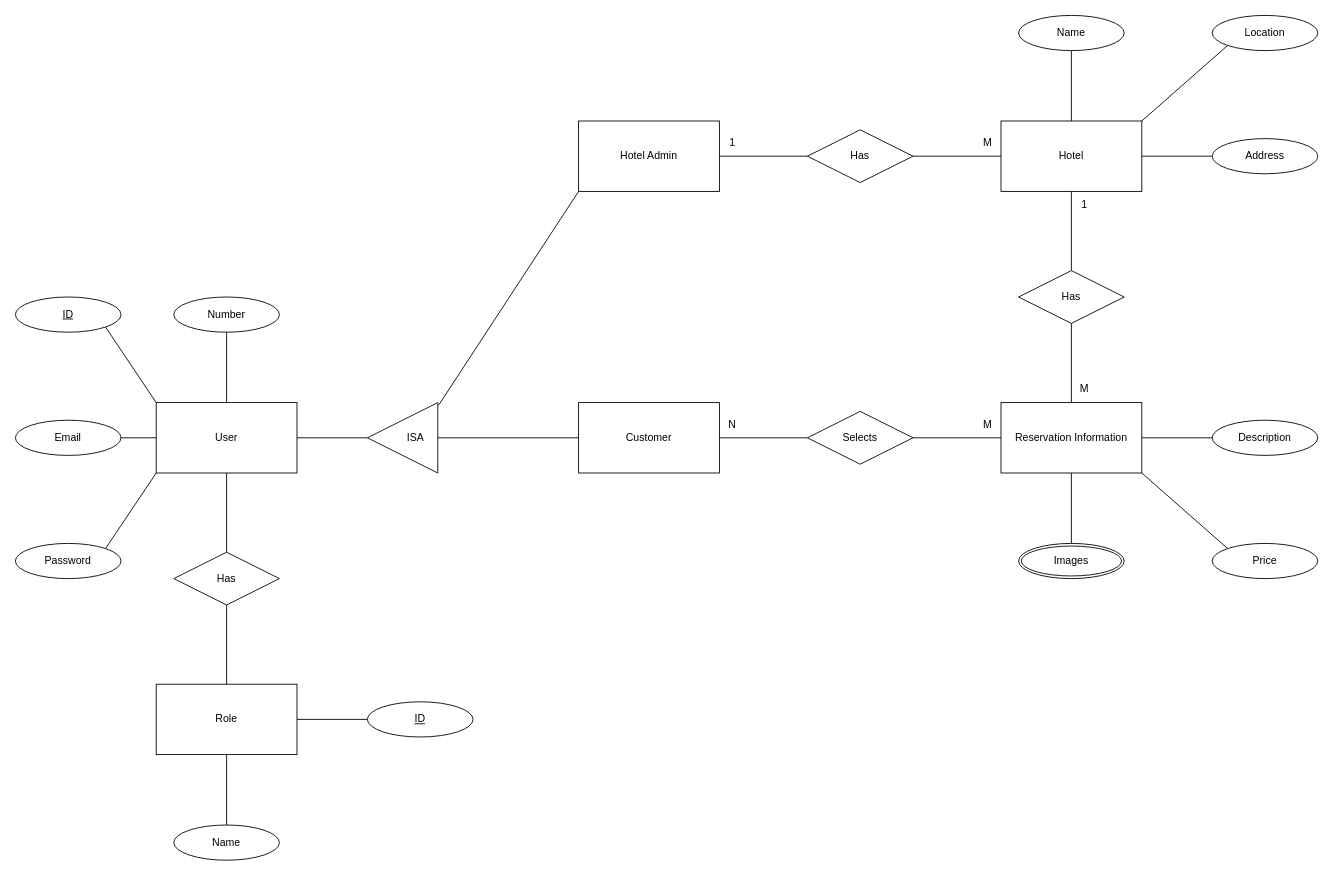
Before: docs/ER.drawio in LassazVegaz/Hotel-Reservation-System, a draw.io diagram. Source tidied: cells renumbered, new cells numbered last; positions are measured from the earlier drawing's top-left corner, leaving out a move shared by most shapes. Both pictures are drawn from the tidied source at 88%, with x=0, y=0 at pixel (15, 15).
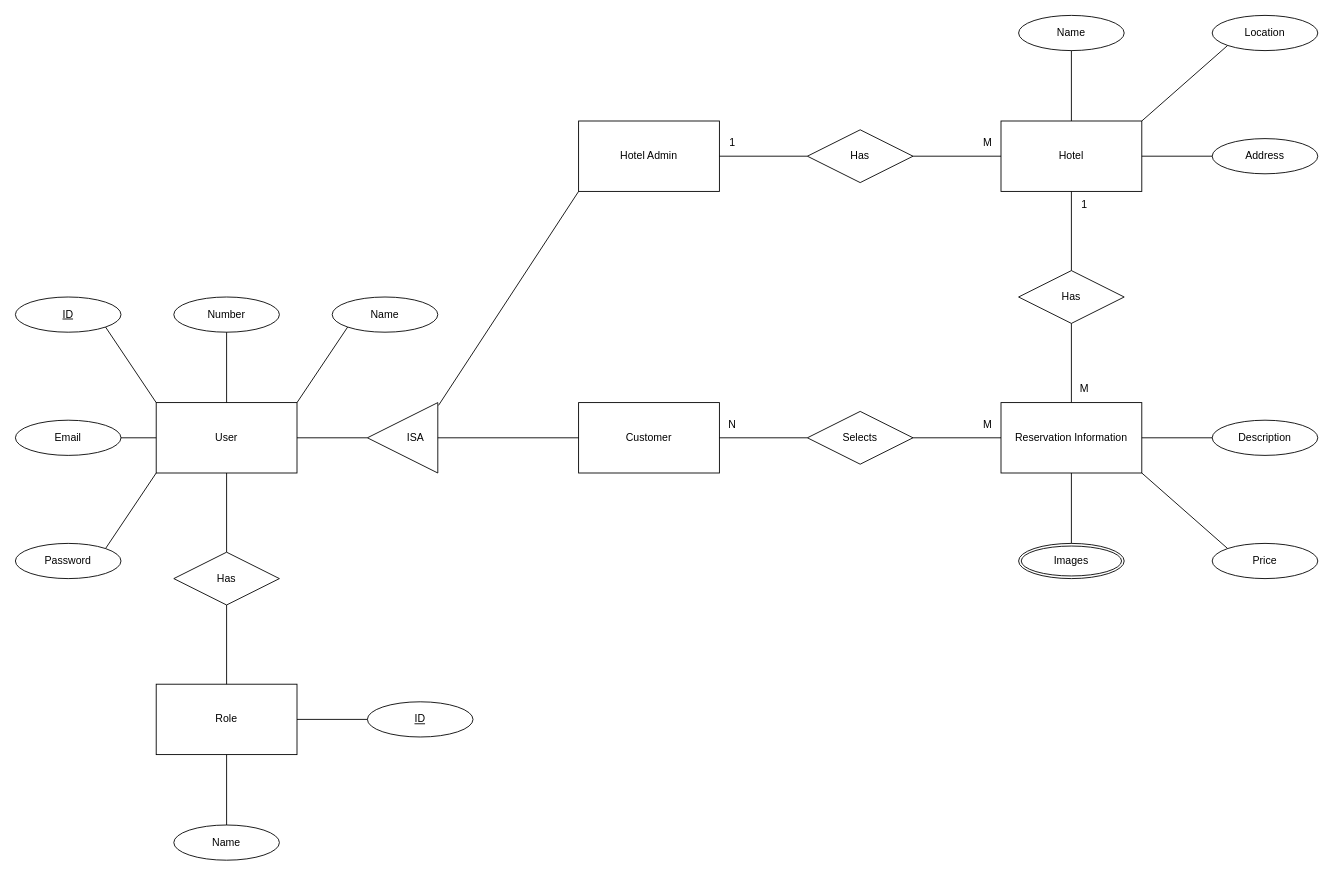
The same diagram, later.

The change refers to these unchanged cells:
```xml
<mxCell id="26" value="User" style="whiteSpace=wrap;html=1;align=center;" parent="1" vertex="1">
  <mxGeometry x="160" y="440" width="160" height="80" as="geometry" />
</mxCell>
```

What changed in the source:
```diff
@@
+    <mxCell id="55" value="Name" style="ellipse;whiteSpace=wrap;html=1;align=center;" parent="1" vertex="1">
+      <mxGeometry x="360" y="320" width="120" height="40" as="geometry" />
+    </mxCell>
+    <mxCell id="56" style="endArrow=none;html=1;rounded=0;entryX=0;entryY=1;entryDx=0;entryDy=0;exitX=1;exitY=0;exitDx=0;exitDy=0;" parent="1" edge="1" source="26" target="55">
+      <mxGeometry relative="1" as="geometry" />
+    </mxCell>
```
